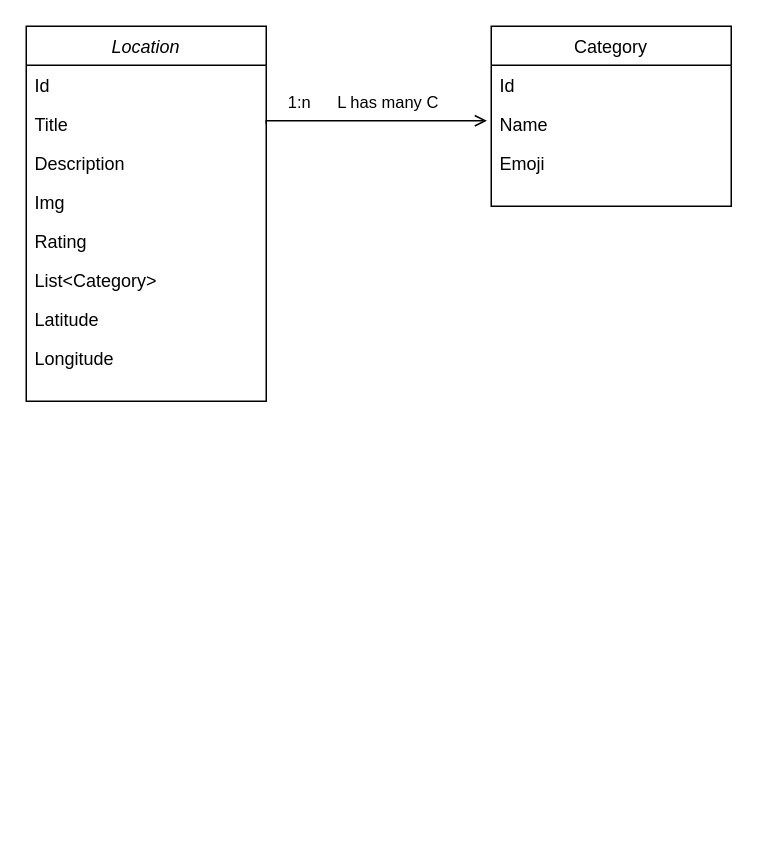
This is .diagrams/Class Relations.drawio from bouvet/map, a draw.io file, before an edit. Source tidied: cells renumbered, new cells numbered last; positions are measured from the earlier drawing's top-left corner, leaving out a move shared by most shapes. Both pictures are drawn from the tidied source at 150%, with x=0, y=0 at pixel (26, -154).
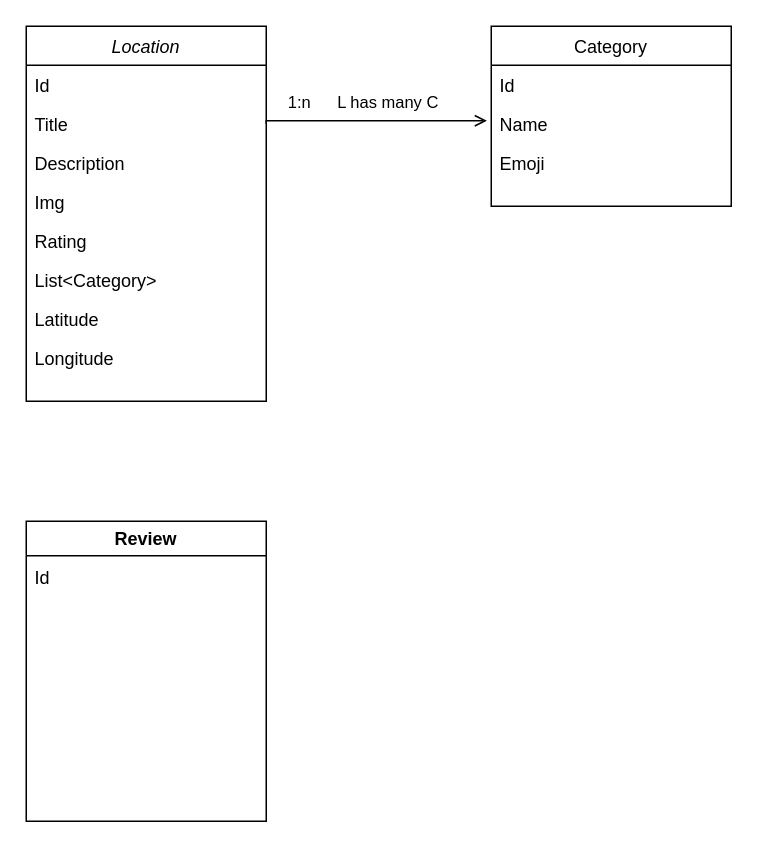
The same diagram, later.

The edit, as a diff of the source:
```diff
@@
+    <mxCell id="18" value="Review" style="swimlane;" parent="1" vertex="1">
+      <mxGeometry y="450" width="160" height="200" as="geometry" />
+    </mxCell>
+    <mxCell id="19" value="Id" style="text;align=left;verticalAlign=top;spacingLeft=4;spacingRight=4;overflow=hidden;" parent="18" vertex="1">
+      <mxGeometry y="24" width="160" height="26" as="geometry" />
+    </mxCell>
```
